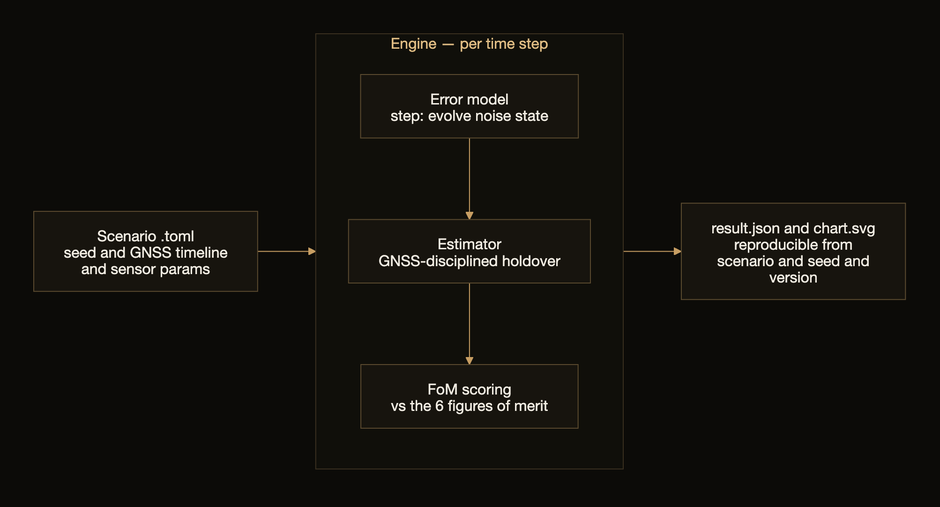
ashfordeOU/kshana keeps this Mermaid diagram as docs/assets/diagrams/engine-flow.png. Above is the earlier version. Its source is kept beside it as docs/diagrams/engine-flow.mmd.
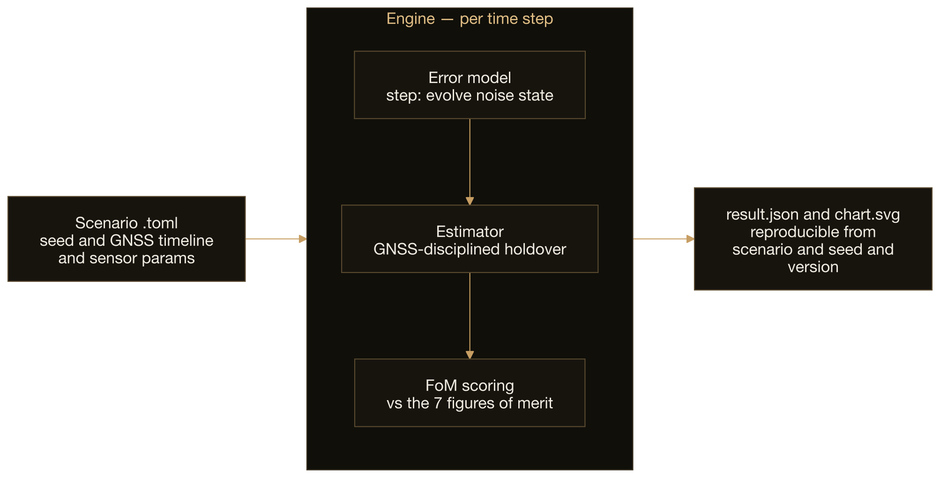
After the change.

Commit message:
fix(docs): the engine-flow diagram said 6 figures of merit; the engine scores 7

Diff of the diagram source:
```diff
@@ -3,6 +3,6 @@
     subgraph ENG["Engine — per time step"]
       direction TB
       M["Error model<br/>step: evolve noise state"] --> E["Estimator<br/>GNSS-disciplined holdover"]
-      E --> F["FoM scoring<br/>vs the 6 figures of merit"]
+      E --> F["FoM scoring<br/>vs the 7 figures of merit"]
     end
     ENG --> OUT["result.json and chart.svg<br/>reproducible from<br/>scenario and seed and version"]
```
